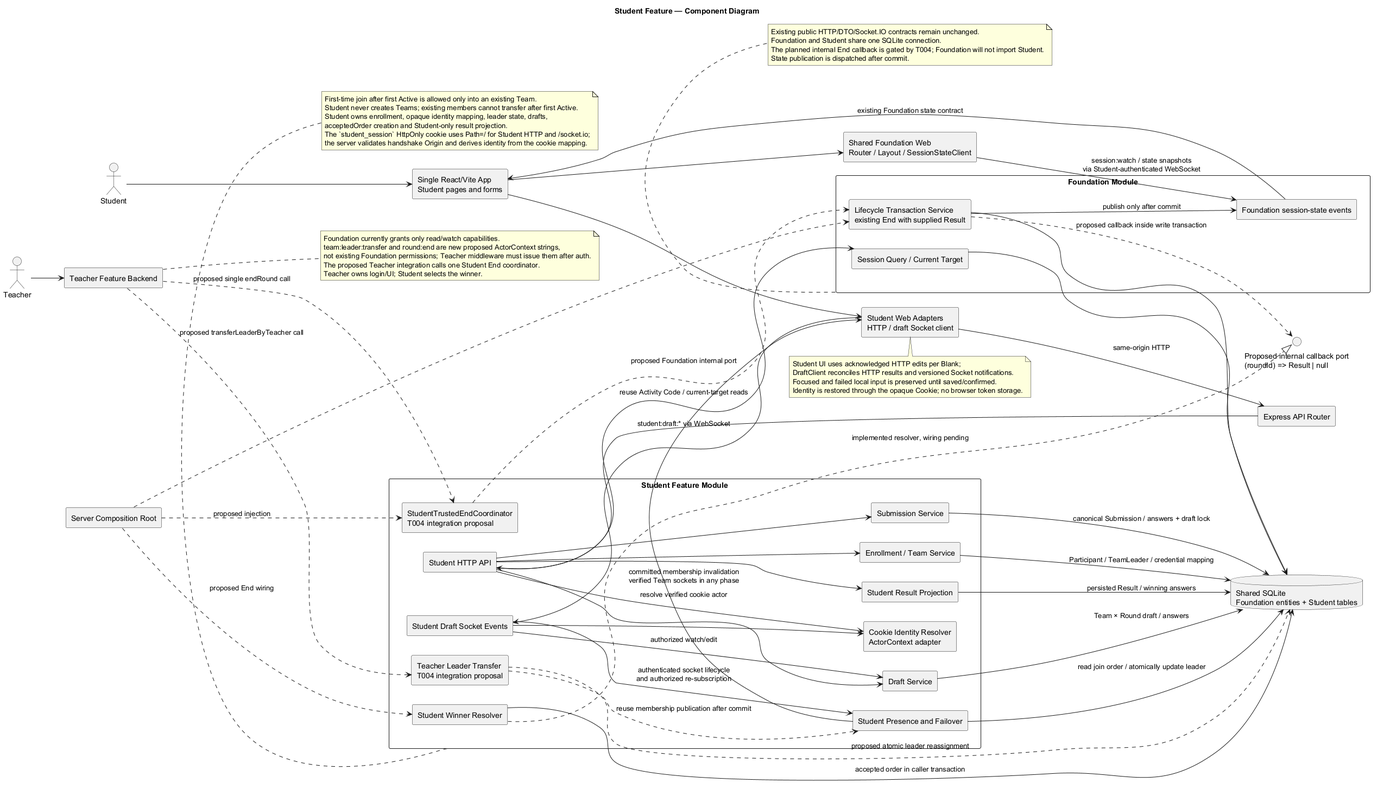
Above: diagrams/002-student-feature-component.png in yuyu-lcoavte/quiz-system (PlantUML), before the change.
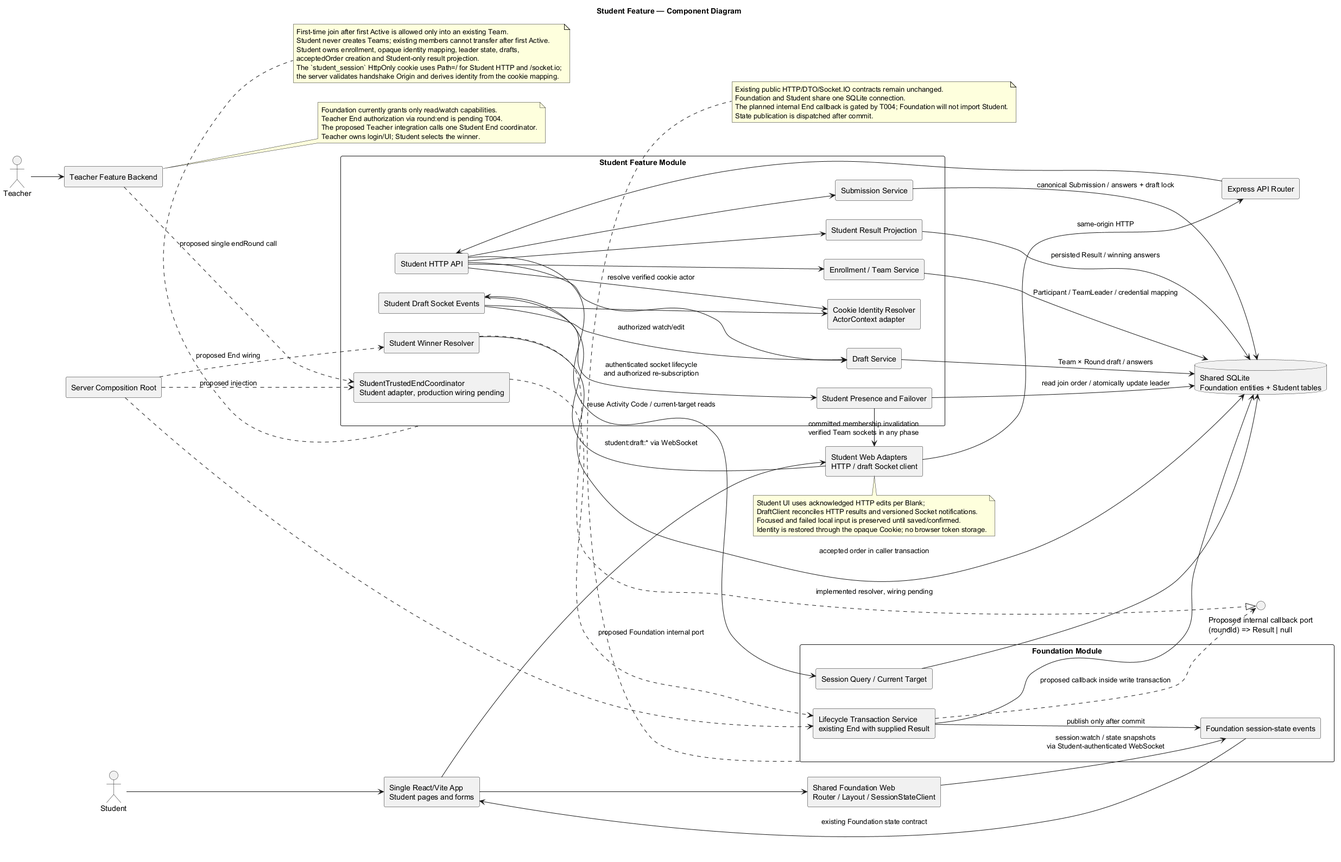
The same diagram one commit later.

Change to the diagram source:
```diff
@@ -19,8 +19,7 @@
   component "Submission Service" as SubmissionService
   component "Student Winner Resolver" as WinnerService
   component "Student Result Projection" as ResultProjection
-  component "Teacher Leader Transfer\nT004 integration proposal" as LeaderTransfer
-  component "StudentTrustedEndCoordinator\nT004 integration proposal" as EndCoordinator
+  component "StudentTrustedEndCoordinator\nStudent adapter, production wiring pending" as EndCoordinator
   component "Student Draft Socket Events" as DraftSocket
   component "Student Presence and Failover" as Presence
 }
@@ -53,7 +52,6 @@
 DraftSocket --> Presence : authenticated socket lifecycle\nand authorized re-subscription
 Presence --> DB : read join order / atomically update leader
 Presence --> StudentClient : committed membership invalidation\nverified Team sockets in any phase
-LeaderTransfer ..> Presence : reuse membership publication after commit
 TeamService --> DB : Participant / TeamLeader / credential mapping
 DraftService --> DB : Team × Round draft / answers
 SubmissionService --> DB : canonical Submission / answers + draft lock
@@ -61,8 +59,6 @@
 ResultProjection --> DB : persisted Result / winning answers
 ReadService --> DB
 Lifecycle --> DB
-TeacherModule ..> LeaderTransfer : proposed transferLeaderByTeacher call
-LeaderTransfer ..> DB : proposed atomic leader reassignment
 TeacherModule ..> EndCoordinator : proposed single endRound call
 EndCoordinator ..> Lifecycle : proposed Foundation internal port
 Lifecycle ..> WinnerPort : proposed callback inside write transaction
@@ -98,8 +94,7 @@
 
 note right of TeacherModule
 Foundation currently grants only read/watch capabilities.
-team:leader:transfer and round:end are new proposed ActorContext strings,
-not existing Foundation permissions; Teacher middleware must issue them after auth.
+Teacher End authorization via round:end is pending T004.
 The proposed Teacher integration calls one Student End coordinator.
 Teacher owns login/UI; Student selects the winner.
 end note
```
